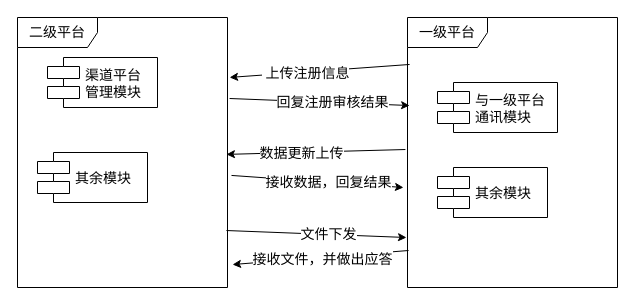
This is IOT-communication.drawio from waterwatermelon/graph, a draw.io file, before an edit. Source tidied: cells renumbered, new cells numbered last; positions are measured from the earlier drawing's top-left corner, leaving out a move shared by most shapes. Both pictures are drawn from the tidied source at 100%, with x=0, y=0 at pixel (17, 17).
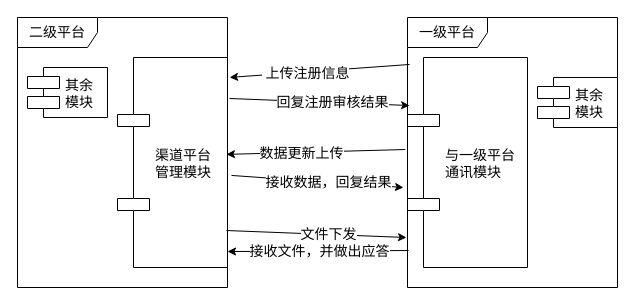
The same page after the edit.

The change refers to these unchanged cells:
```xml
<mxCell id="2" value="&lt;font style=&quot;font-size: 14px&quot;&gt;二级平台&lt;/font&gt;" style="shape=umlFrame;whiteSpace=wrap;html=1;width=80;height=30;" parent="1" vertex="1">
  <mxGeometry width="210" height="270" as="geometry" />
</mxCell>
<mxCell id="3" value="&lt;font style=&quot;font-size: 14px&quot;&gt;一级平台&lt;/font&gt;" style="shape=umlFrame;whiteSpace=wrap;html=1;width=80;height=30;" parent="1" vertex="1">
  <mxGeometry x="390" width="210" height="270" as="geometry" />
</mxCell>
```

What changed in the source:
```diff
@@
     <mxCell id="4" value="渠道平台&#10;管理模块" style="shape=component;align=left;spacingLeft=36;fontSize=14;" parent="1" vertex="1">
-      <mxGeometry x="30" y="40" width="110" height="50" as="geometry" />
+      <mxGeometry x="100" y="40" width="110" height="210" as="geometry" />
     </mxCell>
     <mxCell id="5" value="与一级平台&#10;通讯模块" style="shape=component;align=left;spacingLeft=36;fontSize=14;" parent="1" vertex="1">
-      <mxGeometry x="420" y="65" width="120" height="50" as="geometry" />
+      <mxGeometry x="390" y="40" width="120" height="210" as="geometry" />
     </mxCell>
@@
-    <mxCell id="14" style="endArrow=classic;html=1;fontSize=14;exitX=0.005;exitY=0.863;exitDx=0;exitDy=0;exitPerimeter=0;entryX=1.024;entryY=0.915;entryDx=0;entryDy=0;entryPerimeter=0;" parent="1" edge="1" source="3" target="2">
+    <mxCell id="14" style="endArrow=classic;html=1;fontSize=14;exitX=0.005;exitY=0.863;exitDx=0;exitDy=0;exitPerimeter=0;entryX=1;entryY=0.924;entryDx=0;entryDy=0;entryPerimeter=0;" parent="1" edge="1" source="3" target="4">
       <mxGeometry relative="1" as="geometry" />
     </mxCell>
@@
-    <mxCell id="18" value="其余模块" style="shape=component;align=left;spacingLeft=36;fontSize=14;" parent="1" vertex="1">
-      <mxGeometry x="20" y="135" width="110" height="50" as="geometry" />
+    <mxCell id="18" value="其余&#10;模块" style="shape=component;align=left;spacingLeft=36;fontSize=14;" parent="1" vertex="1">
+      <mxGeometry x="10" y="50" width="80" height="50" as="geometry" />
     </mxCell>
-    <mxCell id="19" value="其余模块" style="shape=component;align=left;spacingLeft=36;fontSize=14;" parent="1" vertex="1">
-      <mxGeometry x="420" y="150" width="110" height="50" as="geometry" />
-    </mxCell>
+    <mxCell id="20" value="其余&#10;模块" style="shape=component;align=left;spacingLeft=36;fontSize=14;" parent="1" vertex="1">
+      <mxGeometry x="520" y="60" width="80" height="50" as="geometry" />
+    </mxCell>
```
